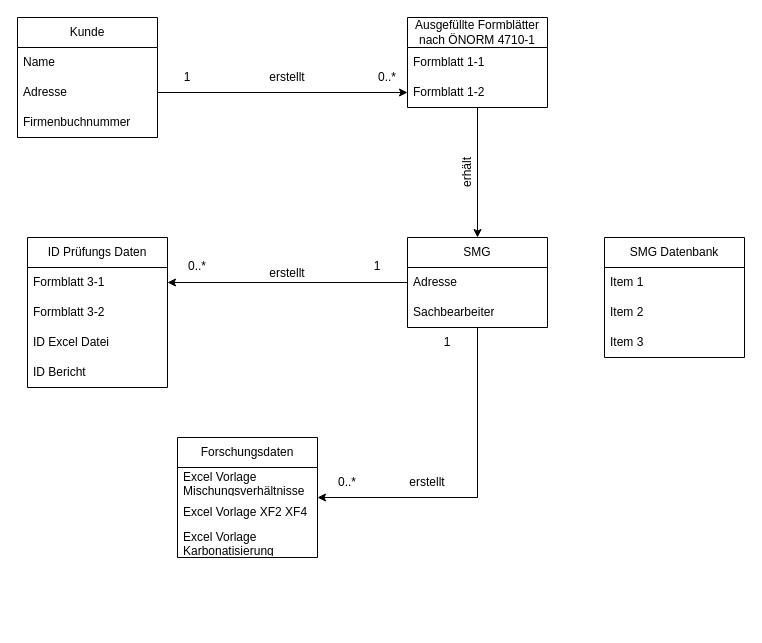
Earlier version of the draw.io diagram Unbenanntes Diagramm.drawio (TManninger-smg/Datenmodellierung). Source tidied: cells renumbered, new cells numbered last; positions are measured from the earlier drawing's top-left corner, leaving out a move shared by most shapes. Both pictures are drawn from the tidied source at 100%, with x=0, y=0 at pixel (17, 17).
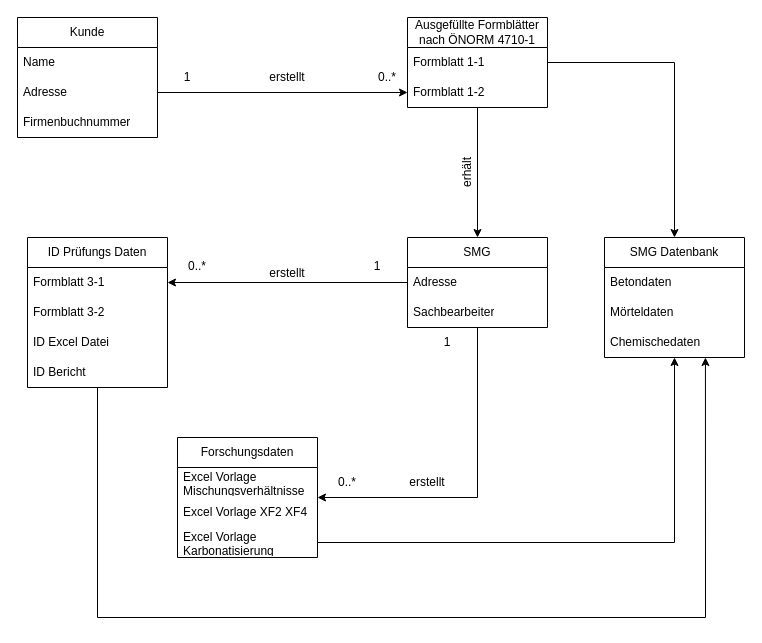
The same diagram, later.

The change refers to these unchanged cells:
```xml
<mxCell id="6" value="Ausgefüllte Formblätter nach ÖNORM 4710-1" style="swimlane;fontStyle=0;horizontal=1;startSize=30;whiteSpace=wrap;html=1;" parent="1" vertex="1">
  <mxGeometry x="390" width="140" height="90" as="geometry" />
</mxCell>
<mxCell id="19" value="ID Prüfungs Daten" style="swimlane;fontStyle=0;horizontal=1;startSize=30;whiteSpace=wrap;html=1;" parent="1" vertex="1">
  <mxGeometry x="10" y="220" width="140" height="150" as="geometry" />
</mxCell>
<mxCell id="30" value="Excel Vorlage Karbonatisierung" style="text;strokeColor=none;fillColor=none;align=left;verticalAlign=middle;spacingLeft=4;spacingRight=4;overflow=hidden;points=[[0,0.5],[1,0.5]];portConstraint=eastwest;whiteSpace=wrap;html=1;" parent="27" vertex="1">
  <mxGeometry y="90" width="140" height="30" as="geometry" />
</mxCell>
<mxCell id="35" value="SMG Datenbank" style="swimlane;fontStyle=0;horizontal=1;startSize=30;whiteSpace=wrap;html=1;" parent="1" vertex="1">
  <mxGeometry x="587" y="220" width="140" height="120" as="geometry" />
</mxCell>
```

The edit, as a diff of the source:
```diff
@@
-    <mxCell id="36" value="Item 1" style="text;strokeColor=none;fillColor=none;align=left;verticalAlign=middle;spacingLeft=4;spacingRight=4;overflow=hidden;whiteSpace=wrap;html=1;" parent="35" vertex="1">
+    <mxCell id="36" value="Betondaten" style="text;strokeColor=none;fillColor=none;align=left;verticalAlign=middle;spacingLeft=4;spacingRight=4;overflow=hidden;whiteSpace=wrap;html=1;" parent="35" vertex="1">
       <mxGeometry y="30" width="140" height="30" as="geometry" />
     </mxCell>
-    <mxCell id="37" value="Item 2" style="text;strokeColor=none;fillColor=none;align=left;verticalAlign=middle;spacingLeft=4;spacingRight=4;overflow=hidden;whiteSpace=wrap;html=1;" parent="35" vertex="1">
+    <mxCell id="37" value="Mörteldaten" style="text;strokeColor=none;fillColor=none;align=left;verticalAlign=middle;spacingLeft=4;spacingRight=4;overflow=hidden;whiteSpace=wrap;html=1;" parent="35" vertex="1">
       <mxGeometry y="60" width="140" height="30" as="geometry" />
     </mxCell>
-    <mxCell id="38" value="Item 3" style="text;strokeColor=none;fillColor=none;align=left;verticalAlign=middle;spacingLeft=4;spacingRight=4;overflow=hidden;points=[[0,0.5],[1,0.5]];portConstraint=eastwest;whiteSpace=wrap;html=1;" parent="35" vertex="1">
+    <mxCell id="38" value="Chemischedaten" style="text;strokeColor=none;fillColor=none;align=left;verticalAlign=middle;spacingLeft=4;spacingRight=4;overflow=hidden;points=[[0,0.5],[1,0.5]];portConstraint=eastwest;whiteSpace=wrap;html=1;" parent="35" vertex="1">
       <mxGeometry y="90" width="140" height="30" as="geometry" />
     </mxCell>
+    <mxCell id="39" style="endArrow=classic;html=1;rounded=0;exitX=1;exitY=0.5;exitDx=0;exitDy=0;" parent="1" edge="1" source="30" target="35">
+      <mxGeometry relative="1" as="geometry">
+        <Array as="points">
+          <mxPoint x="657" y="525" />
+        </Array>
+      </mxGeometry>
+    </mxCell>
+    <mxCell id="40" style="endArrow=classic;html=1;rounded=0;entryX=0.721;entryY=1;entryDx=0;entryDy=0;entryPerimeter=0;" parent="1" edge="1" source="19" target="38">
+      <mxGeometry relative="1" as="geometry">
+        <Array as="points">
+          <mxPoint x="80" y="600" />
+          <mxPoint x="688" y="600" />
+        </Array>
+      </mxGeometry>
+    </mxCell>
+    <mxCell id="41" style="endArrow=classic;html=1;rounded=0;entryX=0.5;entryY=0;entryDx=0;entryDy=0;" parent="1" edge="1" source="6" target="35">
+      <mxGeometry relative="1" as="geometry">
+        <Array as="points">
+          <mxPoint x="657" y="45" />
+        </Array>
+      </mxGeometry>
+    </mxCell>
```
